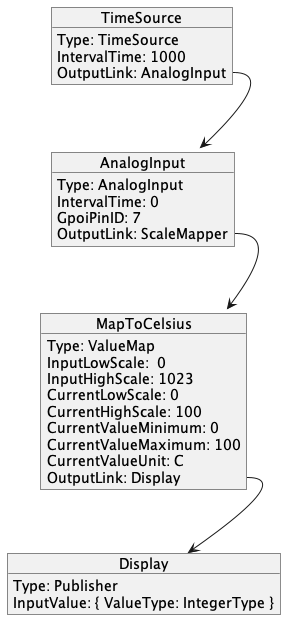
Before: Instances/InstanceGraph.uml.png, a diagram exported from PlantUML (mjkoster/ObjectFlow).
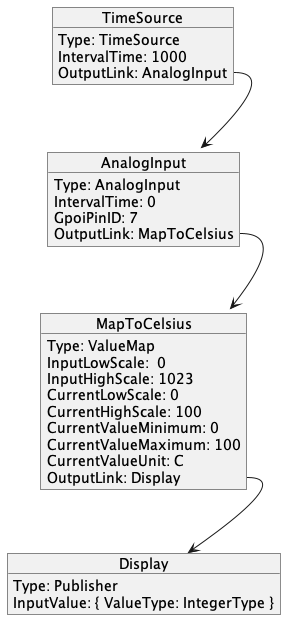
Above is the later version.

Diff of the diagram source:
```diff
@@ -10,7 +10,7 @@
   Type: AnalogInput
   IntervalTime: 0
   GpoiPinID: 7
-  OutputLink: ScaleMapper
+  OutputLink: MapToCelsius
   }
 AnalogInput::OutputLink --> MapToCelsius
 
```
